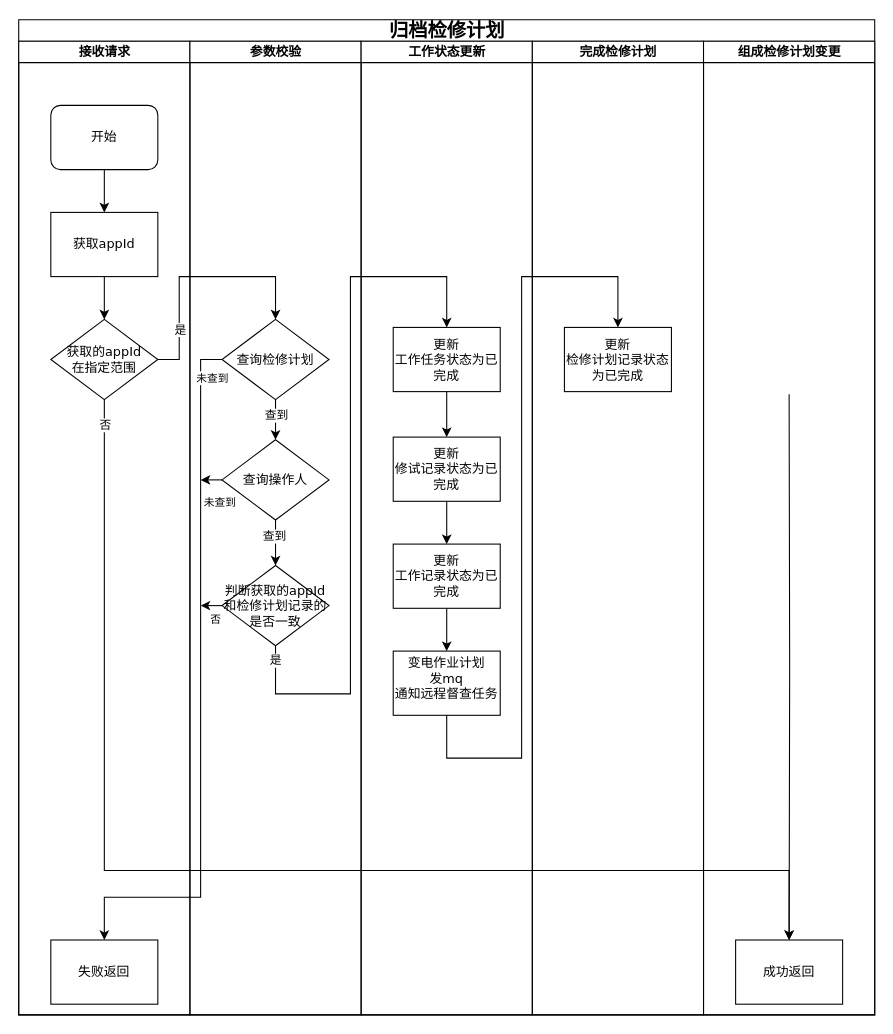
Above: 归档检修计划.drawio in wwwwbo/myDraw (draw.io), before the change. Source tidied: cells renumbered, new cells numbered last; positions are measured from the earlier drawing's top-left corner, leaving out a move shared by most shapes. Both pictures are drawn from the tidied source at 107%, with x=0, y=0 at pixel (18, 19).
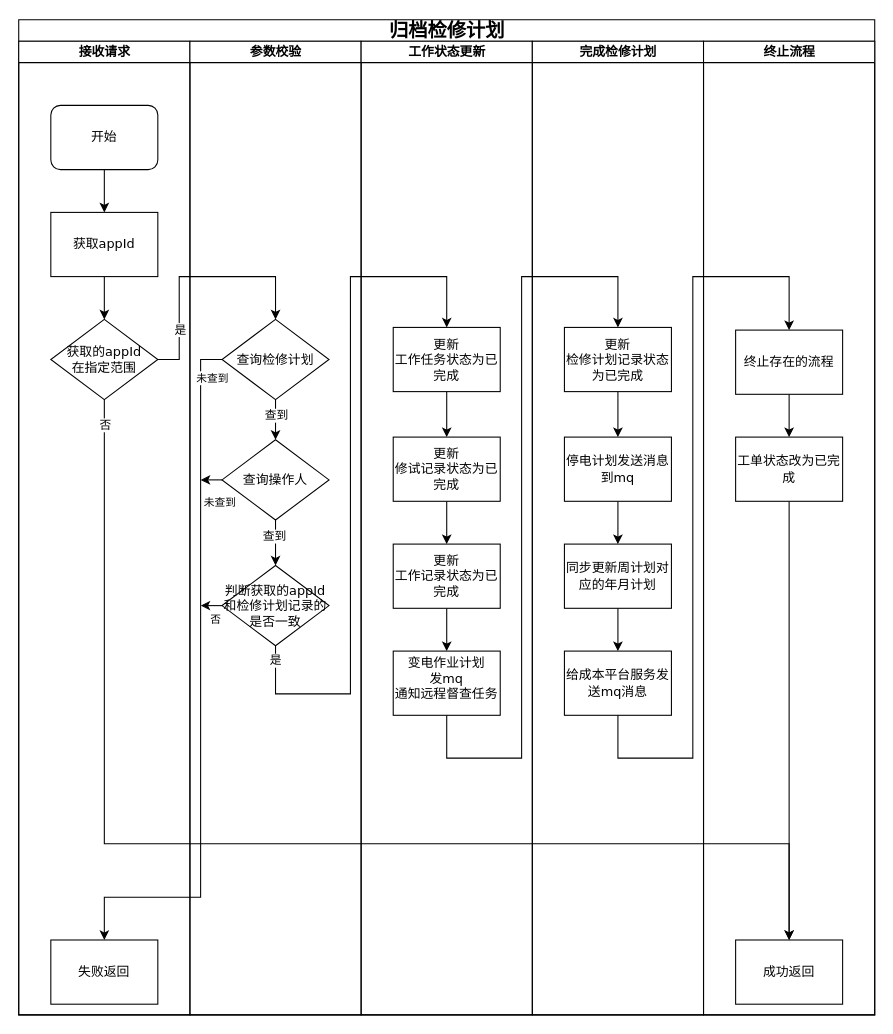
Above is the later version.

Commit message (it also covers changes not shown here):
更新归档检修计划.drawio

The change refers to these unchanged cells:
```xml
<mxCell id="6" value="&lt;span style=&quot;font-size: 12px;&quot;&gt;获取的appId&lt;/span&gt;&lt;div&gt;&lt;span style=&quot;font-size: 12px;&quot;&gt;在指定范围&lt;/span&gt;&lt;/div&gt;" style="rhombus;whiteSpace=wrap;html=1;rounded=0;shadow=0;labelBackgroundColor=none;strokeWidth=1;fontFamily=Verdana;fontSize=8;align=center;" parent="3" vertex="1">
  <mxGeometry x="30" y="260" width="100" height="75" as="geometry" />
</mxCell>
<mxCell id="30" value="完成检修计划" style="swimlane;html=1;startSize=20;" parent="2" vertex="1">
  <mxGeometry x="480" y="20" width="160" height="910" as="geometry" />
</mxCell>
<mxCell id="31" value="&lt;span style=&quot;font-size: 12px;&quot;&gt;更新&lt;/span&gt;&lt;div&gt;&lt;span style=&quot;font-size: 12px;&quot;&gt;检修计划记录状态为已完成&lt;/span&gt;&lt;/div&gt;" style="whiteSpace=wrap;html=1;fontSize=8;fontFamily=Verdana;rounded=0;shadow=0;labelBackgroundColor=none;strokeWidth=1;" parent="30" vertex="1">
  <mxGeometry x="30" y="267.5" width="100" height="60" as="geometry" />
</mxCell>
<mxCell id="40" value="&lt;span style=&quot;font-size: 12px;&quot;&gt;成功返回&lt;/span&gt;" style="whiteSpace=wrap;html=1;fontSize=8;fontFamily=Verdana;rounded=0;shadow=0;labelBackgroundColor=none;strokeWidth=1;" parent="39" vertex="1">
  <mxGeometry x="30" y="840" width="100" height="60" as="geometry" />
</mxCell>
```

Diff of the diagram source:
```diff
@@
+    <mxCell id="44" style="edgeStyle=orthogonalEdgeStyle;rounded=0;jettySize=auto;html=1;exitX=0.5;exitY=1;exitDx=0;exitDy=0;" parent="30" edge="1" source="31" target="46">
+      <mxGeometry relative="1" as="geometry" />
+    </mxCell>
@@
+    <mxCell id="45" style="edgeStyle=orthogonalEdgeStyle;rounded=0;jettySize=auto;html=1;exitX=0.5;exitY=1;exitDx=0;exitDy=0;" parent="30" edge="1" source="46" target="48">
+      <mxGeometry relative="1" as="geometry" />
+    </mxCell>
+    <mxCell id="46" value="&lt;span style=&quot;font-size: 12px;&quot;&gt;停电计划发送消息到mq&lt;/span&gt;" style="whiteSpace=wrap;html=1;fontSize=8;fontFamily=Verdana;rounded=0;shadow=0;labelBackgroundColor=none;strokeWidth=1;" parent="30" vertex="1">
+      <mxGeometry x="30" y="370" width="100" height="60" as="geometry" />
+    </mxCell>
+    <mxCell id="47" style="edgeStyle=orthogonalEdgeStyle;rounded=0;jettySize=auto;html=1;exitX=0.5;exitY=1;exitDx=0;exitDy=0;entryX=0.5;entryY=0;entryDx=0;entryDy=0;" parent="30" edge="1" source="48" target="49">
+      <mxGeometry relative="1" as="geometry" />
+    </mxCell>
+    <mxCell id="48" value="&lt;span style=&quot;font-size: 12px;&quot;&gt;同步更新周计划对应的年月计划&lt;/span&gt;" style="whiteSpace=wrap;html=1;fontSize=8;fontFamily=Verdana;rounded=0;shadow=0;labelBackgroundColor=none;strokeWidth=1;" parent="30" vertex="1">
+      <mxGeometry x="30" y="470" width="100" height="60" as="geometry" />
+    </mxCell>
+    <mxCell id="49" value="&lt;span style=&quot;font-size: 12px;&quot;&gt;给成本平台服务发送mq消息&lt;/span&gt;" style="whiteSpace=wrap;html=1;fontSize=8;fontFamily=Verdana;rounded=0;shadow=0;labelBackgroundColor=none;strokeWidth=1;" parent="30" vertex="1">
+      <mxGeometry x="30" y="570" width="100" height="60" as="geometry" />
+    </mxCell>
@@
-    <mxCell id="39" value="组成检修计划变更" style="swimlane;html=1;startSize=20;" parent="1" vertex="1">
+    <mxCell id="39" value="终止流程" style="swimlane;html=1;startSize=20;" parent="1" vertex="1">
       <mxGeometry x="640" y="20" width="160" height="910" as="geometry" />
     </mxCell>
@@
-    <mxCell id="41" style="edgeStyle=orthogonalEdgeStyle;rounded=0;jettySize=auto;html=1;entryX=0.5;entryY=0;entryDx=0;entryDy=0;exitX=0.5;exitY=1;exitDx=0;exitDy=0;" parent="39" edge="1" target="40">
-      <mxGeometry relative="1" as="geometry">
-        <mxPoint x="80" y="330" as="sourcePoint" />
-      </mxGeometry>
+    <mxCell id="41" style="edgeStyle=orthogonalEdgeStyle;rounded=0;jettySize=auto;html=1;entryX=0.5;entryY=0;entryDx=0;entryDy=0;exitX=0.5;exitY=1;exitDx=0;exitDy=0;" parent="39" edge="1" source="52" target="40">
+      <mxGeometry relative="1" as="geometry" />
     </mxCell>
+    <mxCell id="50" style="edgeStyle=orthogonalEdgeStyle;rounded=0;jettySize=auto;html=1;exitX=0.5;exitY=1;exitDx=0;exitDy=0;" parent="39" edge="1" source="51" target="52">
+      <mxGeometry relative="1" as="geometry" />
+    </mxCell>
+    <mxCell id="51" value="&lt;div&gt;&lt;span style=&quot;font-size: 12px; background-color: transparent; color: light-dark(rgb(0, 0, 0), rgb(255, 255, 255));&quot;&gt;终止存在的流程&lt;/span&gt;&lt;/div&gt;" style="whiteSpace=wrap;html=1;fontSize=8;fontFamily=Verdana;rounded=0;shadow=0;labelBackgroundColor=none;strokeWidth=1;" parent="39" vertex="1">
+      <mxGeometry x="30" y="270" width="100" height="60" as="geometry" />
+    </mxCell>
+    <mxCell id="52" value="&lt;span style=&quot;font-size: 12px;&quot;&gt;工单状态改为已完成&lt;/span&gt;" style="whiteSpace=wrap;html=1;fontSize=8;fontFamily=Verdana;rounded=0;shadow=0;labelBackgroundColor=none;strokeWidth=1;" parent="39" vertex="1">
+      <mxGeometry x="30" y="370" width="100" height="60" as="geometry" />
+    </mxCell>
     <mxCell id="42" style="edgeStyle=orthogonalEdgeStyle;rounded=0;jettySize=auto;html=1;exitX=0.5;exitY=1;exitDx=0;exitDy=0;entryX=0.5;entryY=0;entryDx=0;entryDy=0;" parent="1" edge="1" source="6" target="40">
       <mxGeometry relative="1" as="geometry">
         <Array as="points">
-          <mxPoint x="80" y="795" />
-          <mxPoint x="720" y="795" />
+          <mxPoint x="80" y="770" />
+          <mxPoint x="720" y="770" />
         </Array>
       </mxGeometry>
     </mxCell>
@@
+    <mxCell id="53" style="edgeStyle=orthogonalEdgeStyle;rounded=0;jettySize=auto;html=1;exitX=0.5;exitY=1;exitDx=0;exitDy=0;entryX=0.5;entryY=0;entryDx=0;entryDy=0;" parent="1" edge="1" source="49" target="51">
+      <mxGeometry relative="1" as="geometry">
+        <Array as="points">
+          <mxPoint x="560" y="690" />
+          <mxPoint x="630" y="690" />
+          <mxPoint x="630" y="240" />
+          <mxPoint x="720" y="240" />
+        </Array>
+      </mxGeometry>
+    </mxCell>
```
